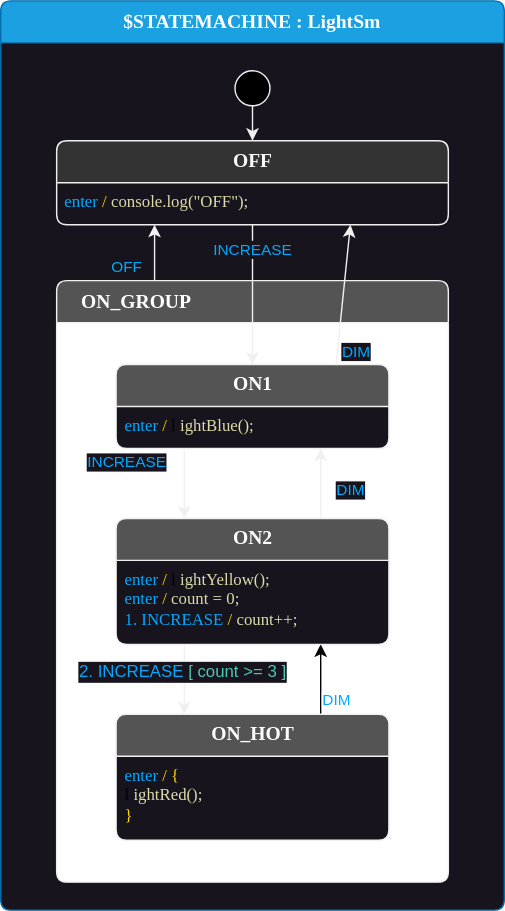
StateSmith/tutorial-2 keeps this draw.io diagram as lesson-5/js-node/LightSm.drawio.svg. Above is the earlier version. Source tidied: cells renumbered, new cells last; positions are measured from the earlier drawing's top-left corner, leaving out a move shared by most shapes. The source it was exported from:
```xml
<mxGraphModel>
  <root>
    <mxCell id="0" />
    <mxCell id="1" parent="0" />
    <mxCell id="2" value="$STATEMACHINE : LightSm" style="shape=swimlane;align=center;verticalAlign=top;fontFamily=Lucida Console;startSize=30;fontSize=14;fontStyle=1;swimlaneFillColor=#18141d;rounded=1;arcSize=15;absoluteArcSize=1;fillColor=#1ba1e2;fontColor=#ffffff;strokeColor=#006EAF;" parent="1" vertex="1">
      <mxGeometry width="360" height="650" as="geometry" />
    </mxCell>
    <mxCell id="3" value="ON_GROUP " style="shape=swimlane;align=left;verticalAlign=top;fontFamily=Lucida Console;startSize=30;fontSize=14;fontStyle=1;fontColor=#ffffff;fillColor=#545454;swimlaneFillColor=default;rounded=1;arcSize=15;absoluteArcSize=1;strokeColor=#F0F0F0;spacingLeft=16;" parent="2" vertex="1">
      <mxGeometry x="40" y="200" width="280" height="430" as="geometry" />
    </mxCell>
    <mxCell id="4" value=" " style="fontFamily=Lucida Console;align=left;verticalAlign=top;fillColor=none;gradientColor=none;strokeColor=none;rounded=0;spacingLeft=4;" parent="3" vertex="1">
      <mxGeometry y="30" width="30" height="20" as="geometry" />
    </mxCell>
    <mxCell id="5" value="DIM" style="edgeStyle=none;html=1;exitX=0.75;exitY=0;exitDx=0;exitDy=0;entryX=0.75;entryY=1;entryDx=0;entryDy=0;fontColor=#00AAFF;strokeColor=#F0F0F0;labelBackgroundColor=#18141D;" parent="3" edge="1" source="11" target="13">
      <mxGeometry x="-0.2" y="-21" relative="1" as="geometry" />
    </mxCell>
    <mxCell id="6" value="&lt;font&gt;INCREASE&lt;/font&gt;" style="edgeStyle=none;html=1;entryX=0.25;entryY=0;entryDx=0;entryDy=0;fontColor=#00AAFF;strokeColor=#F0F0F0;labelBackgroundColor=#18141D;exitX=0.25;exitY=1;exitDx=0;exitDy=0;" parent="3" edge="1" source="13" target="11">
      <mxGeometry x="-0.6" y="-41" relative="1" as="geometry" />
    </mxCell>
    <mxCell id="7" value="DIM" style="edgeStyle=orthogonalEdgeStyle;html=1;exitX=0.75;exitY=0;exitDx=0;exitDy=0;entryX=0.75;entryY=1;entryDx=0;entryDy=0;fontColor=#00AAFF;" parent="3" edge="1" source="8" target="11">
      <mxGeometry x="-0.6" y="-11" relative="1" as="geometry" />
    </mxCell>
    <mxCell id="8" value="ON_HOT" style="shape=swimlane;align=center;verticalAlign=top;fontFamily=Lucida Console;startSize=30;fontSize=14;fontStyle=1;swimlaneFillColor=#18141d;html=1;rounded=1;arcSize=15;absoluteArcSize=1;fillColor=#545454;fontColor=#ffffff;strokeColor=#F0F0F0;" parent="3" vertex="1">
      <mxGeometry x="42.5" y="310" width="195" height="90" as="geometry" />
    </mxCell>
    <mxCell id="9" value="&lt;font color=&quot;#00aaff&quot;&gt;enter&lt;/font&gt; &lt;font color=&quot;#ffd700&quot;&gt;/ {&lt;/font&gt;&lt;br&gt;&amp;nbsp; l&lt;font color=&quot;#dcdcaa&quot;&gt;ightRed();&lt;br&gt;&lt;/font&gt;&lt;span style=&quot;color: rgb(255, 215, 0);&quot;&gt;}&lt;/span&gt;&lt;font color=&quot;#dcdcaa&quot;&gt;&lt;br&gt;&lt;/font&gt;" style="fontFamily=Lucida Console;align=left;verticalAlign=top;fillColor=none;gradientColor=none;strokeColor=none;rounded=0;spacingLeft=4;html=1;" parent="8" vertex="1">
      <mxGeometry y="30" width="120" height="60" as="geometry" />
    </mxCell>
    <mxCell id="10" value="&lt;font style=&quot;font-size: 12px;&quot;&gt;&lt;font color=&quot;#00aaff&quot;&gt;2. INCREASE&lt;/font&gt; &lt;font color=&quot;#4ec9b0&quot;&gt;[ count &amp;gt;= 3 ]&lt;/font&gt;&lt;/font&gt;" style="edgeStyle=none;html=1;verticalAlign=middle;entryX=0.25;entryY=0;entryDx=0;entryDy=0;exitX=0.25;exitY=1;exitDx=0;exitDy=0;strokeColor=#F0F0F0;labelBackgroundColor=#18141D;" parent="3" edge="1" source="11" target="8">
      <mxGeometry x="-0.2" y="-1" relative="1" as="geometry" />
    </mxCell>
    <mxCell id="11" value="ON2" style="shape=swimlane;align=center;verticalAlign=top;fontFamily=Lucida Console;startSize=30;fontSize=14;fontStyle=1;swimlaneFillColor=#18141d;html=1;rounded=1;arcSize=15;absoluteArcSize=1;fillColor=#545454;fontColor=#ffffff;strokeColor=#F0F0F0;" parent="3" vertex="1">
      <mxGeometry x="42.5" y="170" width="195" height="90" as="geometry" />
    </mxCell>
    <mxCell id="12" value="&lt;font color=&quot;#00aaff&quot;&gt;enter&amp;nbsp;&lt;/font&gt;&lt;font color=&quot;#ffd700&quot;&gt;/&lt;/font&gt;&amp;nbsp;l&lt;font color=&quot;#dcdcaa&quot;&gt;ightYellow();&lt;br&gt;&lt;/font&gt;&lt;font color=&quot;#00aaff&quot;&gt;enter&lt;/font&gt;&amp;nbsp;&lt;font color=&quot;#ffd700&quot;&gt;/&lt;/font&gt;&amp;nbsp;&lt;font color=&quot;#dcdcaa&quot;&gt;count = 0;&lt;br&gt;&lt;/font&gt;&lt;font color=&quot;#00aaff&quot;&gt;1. INCREASE&lt;/font&gt;&amp;nbsp;&lt;font color=&quot;#ffd700&quot;&gt;/&lt;/font&gt;&amp;nbsp;&lt;font color=&quot;#dcdcaa&quot;&gt;count++;&lt;/font&gt;&lt;font color=&quot;#dcdcaa&quot;&gt;&lt;br&gt;&lt;/font&gt;" style="fontFamily=Lucida Console;align=left;verticalAlign=top;fillColor=none;gradientColor=none;strokeColor=none;rounded=0;spacingLeft=4;html=1;" parent="11" vertex="1">
      <mxGeometry y="30" width="180" height="60" as="geometry" />
    </mxCell>
    <mxCell id="13" value="ON1" style="shape=swimlane;align=center;verticalAlign=top;fontFamily=Lucida Console;startSize=30;fontSize=14;fontStyle=1;swimlaneFillColor=#18141d;html=1;rounded=1;arcSize=15;absoluteArcSize=1;fillColor=#545454;fontColor=#ffffff;strokeColor=#F0F0F0;" parent="3" vertex="1">
      <mxGeometry x="42.5" y="60" width="195" height="60" as="geometry" />
    </mxCell>
    <mxCell id="14" value="&lt;font color=&quot;#00aaff&quot;&gt;enter&lt;/font&gt; &lt;font color=&quot;#ffd700&quot;&gt;/&lt;/font&gt;&amp;nbsp;l&lt;font color=&quot;#dcdcaa&quot;&gt;ightBlue();&lt;/font&gt;" style="fontFamily=Lucida Console;align=left;verticalAlign=top;fillColor=none;gradientColor=none;strokeColor=none;rounded=0;spacingLeft=4;html=1;" parent="13" vertex="1">
      <mxGeometry y="30" width="170" height="30" as="geometry" />
    </mxCell>
    <mxCell id="15" value=" " style="fontFamily=Lucida Console;align=left;verticalAlign=top;fillColor=none;gradientColor=none;strokeColor=none;rounded=0;spacingLeft=4;" parent="2" vertex="1">
      <mxGeometry y="30" width="30" height="20" as="geometry" />
    </mxCell>
    <mxCell id="16" style="edgeStyle=none;html=1;strokeColor=#F0F0F0;" parent="2" edge="1" source="22" target="17">
      <mxGeometry relative="1" as="geometry" />
    </mxCell>
    <mxCell id="17" value="OFF" style="shape=swimlane;align=center;verticalAlign=top;fontFamily=Lucida Console;startSize=30;fontSize=14;fontStyle=1;swimlaneFillColor=#18141d;html=1;rounded=1;arcSize=15;absoluteArcSize=1;fillColor=#333333;fontColor=#FAFAFA;strokeColor=#F0F0F0;" parent="2" vertex="1">
      <mxGeometry x="40" y="100" width="280" height="60" as="geometry" />
    </mxCell>
    <mxCell id="18" value="&lt;font color=&quot;#00aaff&quot;&gt;enter &lt;/font&gt;&lt;font color=&quot;#ffd700&quot;&gt;/&lt;/font&gt; &lt;font color=&quot;#dcdcaa&quot;&gt;console.log(&quot;OFF&quot;);&lt;/font&gt;" style="fontFamily=Lucida Console;align=left;verticalAlign=top;fillColor=none;gradientColor=none;strokeColor=none;rounded=0;spacingLeft=4;html=1;" parent="17" vertex="1">
      <mxGeometry y="30" width="220" height="30" as="geometry" />
    </mxCell>
    <mxCell id="19" value="OFF" style="edgeStyle=orthogonalEdgeStyle;html=1;exitX=0.25;exitY=0;exitDx=0;exitDy=0;entryX=0.25;entryY=1;entryDx=0;entryDy=0;fontColor=#00AAFF;strokeColor=#F0F0F0;labelBackgroundColor=#18141D;" parent="2" edge="1" source="3" target="17">
      <mxGeometry x="-0.5" y="20" relative="1" as="geometry" />
    </mxCell>
    <mxCell id="20" value="DIM" style="edgeStyle=none;html=1;exitX=0.806;exitY=0.007;exitDx=0;exitDy=0;exitPerimeter=0;fontColor=#00AAFF;entryX=0.75;entryY=1;entryDx=0;entryDy=0;strokeColor=#F0F0F0;labelBackgroundColor=#18141D;" parent="2" edge="1" source="13" target="17">
      <mxGeometry x="-0.78" y="-13" relative="1" as="geometry" />
    </mxCell>
    <mxCell id="21" value="INCREASE" style="edgeStyle=none;html=1;exitX=0.5;exitY=1;exitDx=0;exitDy=0;entryX=0.5;entryY=0;entryDx=0;entryDy=0;fontColor=#00AAFF;labelBackgroundColor=#18141D;strokeColor=#F0F0F0;" parent="2" edge="1" source="17" target="13">
      <mxGeometry x="-0.65" relative="1" as="geometry" />
    </mxCell>
    <mxCell id="22" value="$initial_state" style="shape=ellipse;fillColor=#000000;noLabel=1;strokeColor=#F0F0F0;" parent="2" vertex="1">
      <mxGeometry x="167.5" y="50" width="25" height="25" as="geometry" />
    </mxCell>
  </root>
</mxGraphModel>
```
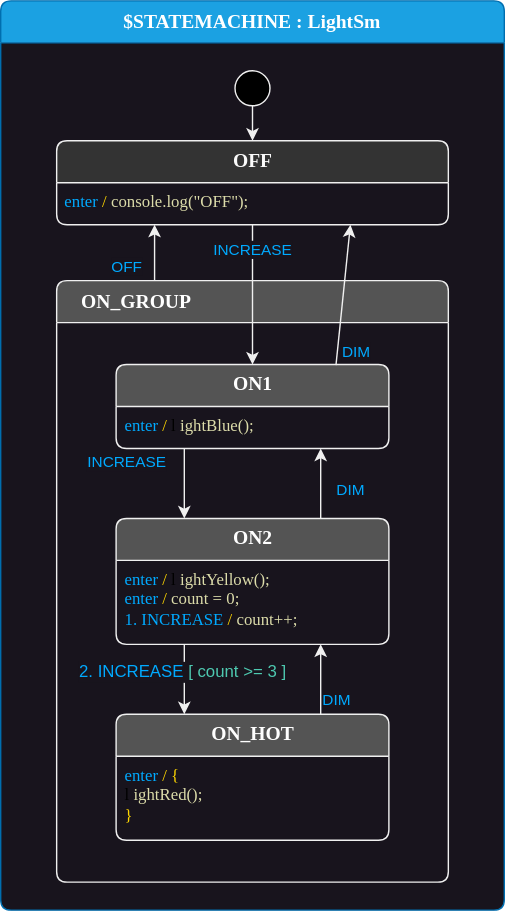
The same file after the commit.

Commit message:
light/dark theme fixes

Change to the diagram source:
```diff
@@ -5,7 +5,7 @@
     <mxCell id="2" value="$STATEMACHINE : LightSm" style="shape=swimlane;align=center;verticalAlign=top;fontFamily=Lucida Console;startSize=30;fontSize=14;fontStyle=1;swimlaneFillColor=#18141d;rounded=1;arcSize=15;absoluteArcSize=1;fillColor=#1ba1e2;fontColor=#ffffff;strokeColor=#006EAF;" parent="1" vertex="1">
       <mxGeometry width="360" height="650" as="geometry" />
     </mxCell>
-    <mxCell id="3" value="ON_GROUP " style="shape=swimlane;align=left;verticalAlign=top;fontFamily=Lucida Console;startSize=30;fontSize=14;fontStyle=1;fontColor=#ffffff;fillColor=#545454;swimlaneFillColor=default;rounded=1;arcSize=15;absoluteArcSize=1;strokeColor=#F0F0F0;spacingLeft=16;" parent="2" vertex="1">
+    <mxCell id="3" value="ON_GROUP " style="shape=swimlane;align=left;verticalAlign=top;fontFamily=Lucida Console;startSize=30;fontSize=14;fontStyle=1;fontColor=#ffffff;fillColor=#545454;swimlaneFillColor=none;rounded=1;arcSize=15;absoluteArcSize=1;strokeColor=#F0F0F0;spacingLeft=16;" parent="2" vertex="1">
       <mxGeometry x="40" y="200" width="280" height="430" as="geometry" />
     </mxCell>
     <mxCell id="4" value=" " style="fontFamily=Lucida Console;align=left;verticalAlign=top;fillColor=none;gradientColor=none;strokeColor=none;rounded=0;spacingLeft=4;" parent="3" vertex="1">
@@ -17,7 +17,7 @@
     <mxCell id="6" value="&lt;font&gt;INCREASE&lt;/font&gt;" style="edgeStyle=none;html=1;entryX=0.25;entryY=0;entryDx=0;entryDy=0;fontColor=#00AAFF;strokeColor=#F0F0F0;labelBackgroundColor=#18141D;exitX=0.25;exitY=1;exitDx=0;exitDy=0;" parent="3" edge="1" source="13" target="11">
       <mxGeometry x="-0.6" y="-41" relative="1" as="geometry" />
     </mxCell>
-    <mxCell id="7" value="DIM" style="edgeStyle=orthogonalEdgeStyle;html=1;exitX=0.75;exitY=0;exitDx=0;exitDy=0;entryX=0.75;entryY=1;entryDx=0;entryDy=0;fontColor=#00AAFF;" parent="3" edge="1" source="8" target="11">
+    <mxCell id="7" value="DIM" style="edgeStyle=orthogonalEdgeStyle;html=1;exitX=0.75;exitY=0;exitDx=0;exitDy=0;entryX=0.75;entryY=1;entryDx=0;entryDy=0;fontColor=#00AAFF;strokeColor=#F0F0F0;labelBackgroundColor=none;" parent="3" edge="1" source="8" target="11">
       <mxGeometry x="-0.6" y="-11" relative="1" as="geometry" />
     </mxCell>
     <mxCell id="8" value="ON_HOT" style="shape=swimlane;align=center;verticalAlign=top;fontFamily=Lucida Console;startSize=30;fontSize=14;fontStyle=1;swimlaneFillColor=#18141d;html=1;rounded=1;arcSize=15;absoluteArcSize=1;fillColor=#545454;fontColor=#ffffff;strokeColor=#F0F0F0;" parent="3" vertex="1">
```
